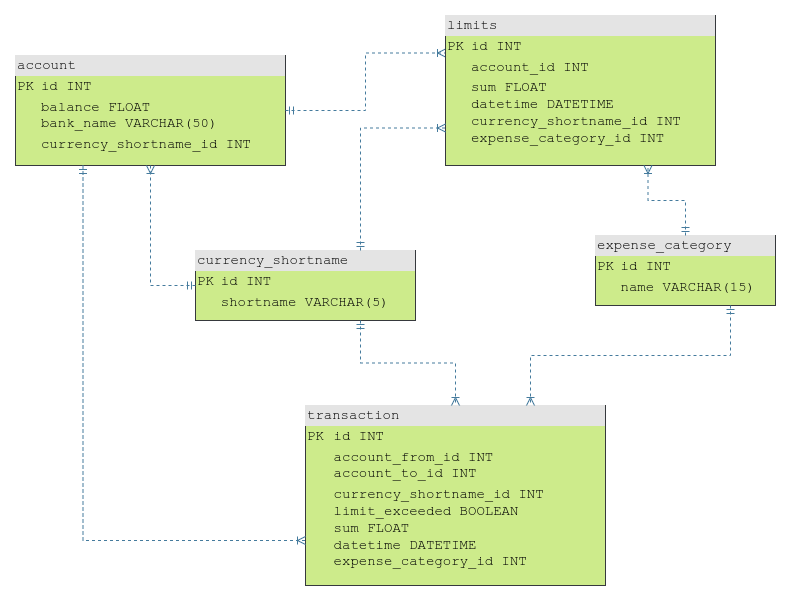
Earlier version of the draw.io export transaction-service_db_scheme.png (Primisen/transaction-service). Source tidied: cells renumbered, new cells last; positions are measured from the earlier drawing's top-left corner, leaving out a move shared by most shapes. The source it was exported from:
```xml
<mxGraphModel>
  <root>
    <mxCell id="0" />
    <mxCell id="1" parent="0" />
    <mxCell id="2" value="&lt;div style=&quot;box-sizing: border-box; width: 100%; background: rgb(228, 228, 228); padding: 2px; font-size: 14px;&quot;&gt;account&lt;/div&gt;&lt;table style=&quot;width: 100%; font-size: 14px;&quot; cellpadding=&quot;2&quot; cellspacing=&quot;0&quot;&gt;&lt;tbody style=&quot;font-size: 14px;&quot;&gt;&lt;tr style=&quot;font-size: 14px;&quot;&gt;&lt;td style=&quot;font-size: 14px;&quot;&gt;PK&lt;/td&gt;&lt;td style=&quot;font-size: 14px;&quot;&gt;id INT&lt;/td&gt;&lt;/tr&gt;&lt;tr style=&quot;font-size: 14px;&quot;&gt;&lt;td style=&quot;font-size: 14px;&quot;&gt;&lt;br style=&quot;font-size: 14px;&quot;&gt;&lt;/td&gt;&lt;td style=&quot;font-size: 14px;&quot;&gt;balance FLOAT&lt;br&gt;bank_name VARCHAR(50)&lt;/td&gt;&lt;/tr&gt;&lt;tr style=&quot;font-size: 14px;&quot;&gt;&lt;td style=&quot;font-size: 14px;&quot;&gt;&lt;/td&gt;&lt;td style=&quot;font-size: 14px;&quot;&gt;currency_shortname_id INT&lt;/td&gt;&lt;/tr&gt;&lt;/tbody&gt;&lt;/table&gt;" style="verticalAlign=top;align=left;overflow=fill;html=1;rounded=0;shadow=0;comic=0;labelBackgroundColor=none;strokeWidth=1;fontFamily=Courier New;fontSize=14;labelBorderColor=none;fillColor=#cdeb8b;strokeColor=#36393d;" parent="1" vertex="1">
      <mxGeometry y="40" width="270" height="110" as="geometry" />
    </mxCell>
    <mxCell id="3" value="&lt;div style=&quot;box-sizing: border-box; width: 100%; background: rgb(228, 228, 228); padding: 2px; font-size: 14px;&quot;&gt;currency_shortname&lt;/div&gt;&lt;table style=&quot;width: 100%; font-size: 14px;&quot; cellpadding=&quot;2&quot; cellspacing=&quot;0&quot;&gt;&lt;tbody style=&quot;font-size: 14px;&quot;&gt;&lt;tr style=&quot;font-size: 14px;&quot;&gt;&lt;td style=&quot;font-size: 14px;&quot;&gt;PK&lt;/td&gt;&lt;td style=&quot;font-size: 14px;&quot;&gt;id INT&lt;/td&gt;&lt;/tr&gt;&lt;tr style=&quot;font-size: 14px;&quot;&gt;&lt;td style=&quot;font-size: 14px;&quot;&gt;&lt;br style=&quot;font-size: 14px;&quot;&gt;&lt;/td&gt;&lt;td style=&quot;font-size: 14px;&quot;&gt;shortname VARCHAR(5)&lt;/td&gt;&lt;/tr&gt;&lt;tr style=&quot;font-size: 14px;&quot;&gt;&lt;td style=&quot;font-size: 14px;&quot;&gt;&lt;/td&gt;&lt;td style=&quot;font-size: 14px;&quot;&gt;&lt;br style=&quot;font-size: 14px;&quot;&gt;&lt;/td&gt;&lt;/tr&gt;&lt;tr style=&quot;font-size: 14px;&quot;&gt;&lt;td style=&quot;font-size: 14px;&quot;&gt;&lt;br style=&quot;font-size: 14px;&quot;&gt;&lt;/td&gt;&lt;td style=&quot;font-size: 14px;&quot;&gt;&lt;br style=&quot;font-size: 14px;&quot;&gt;&lt;/td&gt;&lt;/tr&gt;&lt;tr style=&quot;font-size: 14px;&quot;&gt;&lt;td style=&quot;font-size: 14px;&quot;&gt;&lt;br style=&quot;font-size: 14px;&quot;&gt;&lt;/td&gt;&lt;td style=&quot;font-size: 14px;&quot;&gt;&lt;br style=&quot;font-size: 14px;&quot;&gt;&lt;/td&gt;&lt;/tr&gt;&lt;tr style=&quot;font-size: 14px;&quot;&gt;&lt;td style=&quot;font-size: 14px;&quot;&gt;&lt;br style=&quot;font-size: 14px;&quot;&gt;&lt;/td&gt;&lt;td style=&quot;font-size: 14px;&quot;&gt;&lt;br style=&quot;font-size: 14px;&quot;&gt;&lt;/td&gt;&lt;/tr&gt;&lt;tr style=&quot;font-size: 14px;&quot;&gt;&lt;td style=&quot;font-size: 14px;&quot;&gt;&lt;br style=&quot;font-size: 14px;&quot;&gt;&lt;/td&gt;&lt;td style=&quot;font-size: 14px;&quot;&gt;&lt;br style=&quot;font-size: 14px;&quot;&gt;&lt;/td&gt;&lt;/tr&gt;&lt;tr style=&quot;font-size: 14px;&quot;&gt;&lt;td style=&quot;font-size: 14px;&quot;&gt;&lt;br style=&quot;font-size: 14px;&quot;&gt;&lt;/td&gt;&lt;td style=&quot;font-size: 14px;&quot;&gt;&lt;br style=&quot;font-size: 14px;&quot;&gt;&lt;/td&gt;&lt;/tr&gt;&lt;tr style=&quot;font-size: 14px;&quot;&gt;&lt;td style=&quot;font-size: 14px;&quot;&gt;&lt;br style=&quot;font-size: 14px;&quot;&gt;&lt;/td&gt;&lt;td style=&quot;font-size: 14px;&quot;&gt;&lt;br style=&quot;font-size: 14px;&quot;&gt;&lt;/td&gt;&lt;/tr&gt;&lt;tr style=&quot;font-size: 14px;&quot;&gt;&lt;td style=&quot;font-size: 14px;&quot;&gt;&lt;br style=&quot;font-size: 14px;&quot;&gt;&lt;/td&gt;&lt;td style=&quot;font-size: 14px;&quot;&gt;&lt;br style=&quot;font-size: 14px;&quot;&gt;&lt;/td&gt;&lt;/tr&gt;&lt;/tbody&gt;&lt;/table&gt;" style="verticalAlign=top;align=left;overflow=fill;html=1;rounded=0;shadow=0;comic=0;labelBackgroundColor=none;strokeWidth=1;fontFamily=Courier New;fontSize=14;fillColor=#cdeb8b;strokeColor=#36393d;" parent="1" vertex="1">
      <mxGeometry x="180" y="235" width="220" height="70" as="geometry" />
    </mxCell>
    <mxCell id="4" value="&lt;div style=&quot;box-sizing: border-box; width: 100%; background: rgb(228, 228, 228); padding: 2px; font-size: 14px;&quot;&gt;transaction&lt;/div&gt;&lt;table style=&quot;width: 100%; font-size: 14px;&quot; cellpadding=&quot;2&quot; cellspacing=&quot;0&quot;&gt;&lt;tbody style=&quot;font-size: 14px;&quot;&gt;&lt;tr style=&quot;font-size: 14px;&quot;&gt;&lt;td style=&quot;font-size: 14px;&quot;&gt;PK&lt;/td&gt;&lt;td style=&quot;font-size: 14px;&quot;&gt;id INT&lt;br&gt;&lt;/td&gt;&lt;/tr&gt;&lt;tr style=&quot;font-size: 14px;&quot;&gt;&lt;td style=&quot;font-size: 14px;&quot;&gt;&lt;br style=&quot;font-size: 14px;&quot;&gt;&lt;/td&gt;&lt;td style=&quot;font-size: 14px;&quot;&gt;account_from_id INT&lt;br&gt;account_to_id INT&lt;/td&gt;&lt;/tr&gt;&lt;tr style=&quot;font-size: 14px;&quot;&gt;&lt;td style=&quot;font-size: 14px;&quot;&gt;&lt;/td&gt;&lt;td style=&quot;font-size: 14px;&quot;&gt;currency_shortname_id INT&lt;br&gt;limit_exceeded BOOLEAN&lt;br&gt;sum FLOAT&lt;br&gt;datetime DATETIME&lt;br&gt;expense_category_id INT&lt;br&gt;&lt;br&gt;&lt;/td&gt;&lt;/tr&gt;&lt;/tbody&gt;&lt;/table&gt;" style="verticalAlign=top;align=left;overflow=fill;html=1;rounded=0;shadow=0;comic=0;labelBackgroundColor=none;strokeWidth=1;fontFamily=Courier New;fontSize=14;fillColor=#cdeb8b;strokeColor=#36393d;" parent="1" vertex="1">
      <mxGeometry x="290" y="390" width="300" height="180" as="geometry" />
    </mxCell>
    <mxCell id="5" style="edgeStyle=orthogonalEdgeStyle;html=1;dashed=1;labelBackgroundColor=none;startArrow=ERmandOne;endArrow=ERoneToMany;fontFamily=Courier New;fontSize=14;align=left;exitX=1;exitY=0.5;exitDx=0;exitDy=0;entryX=0;entryY=0.25;entryDx=0;entryDy=0;fontColor=default;rounded=0;strokeColor=#457B9D;" parent="1" edge="1" source="2" target="7">
      <mxGeometry relative="1" as="geometry" />
    </mxCell>
    <mxCell id="6" value="&lt;div style=&quot;box-sizing: border-box; width: 100%; background: rgb(228, 228, 228); padding: 2px; font-size: 14px;&quot;&gt;expense_category&lt;/div&gt;&lt;table style=&quot;width: 100%; font-size: 14px;&quot; cellpadding=&quot;2&quot; cellspacing=&quot;0&quot;&gt;&lt;tbody style=&quot;font-size: 14px;&quot;&gt;&lt;tr style=&quot;font-size: 14px;&quot;&gt;&lt;td style=&quot;font-size: 14px;&quot;&gt;PK&lt;/td&gt;&lt;td style=&quot;font-size: 14px;&quot;&gt;id INT&lt;/td&gt;&lt;/tr&gt;&lt;tr style=&quot;font-size: 14px;&quot;&gt;&lt;td style=&quot;font-size: 14px;&quot;&gt;&lt;br style=&quot;font-size: 14px;&quot;&gt;&lt;/td&gt;&lt;td style=&quot;font-size: 14px;&quot;&gt;name VARCHAR(15)&lt;/td&gt;&lt;/tr&gt;&lt;tr style=&quot;font-size: 14px;&quot;&gt;&lt;td style=&quot;font-size: 14px;&quot;&gt;&amp;nbsp;&lt;/td&gt;&lt;td style=&quot;font-size: 14px;&quot;&gt;&lt;br&gt;&lt;/td&gt;&lt;/tr&gt;&lt;/tbody&gt;&lt;/table&gt;" style="verticalAlign=top;align=left;overflow=fill;html=1;rounded=0;shadow=0;comic=0;labelBackgroundColor=none;strokeWidth=1;fontFamily=Courier New;fontSize=14;fillColor=#cdeb8b;strokeColor=#36393d;" parent="1" vertex="1">
      <mxGeometry x="580" y="220" width="180" height="70" as="geometry" />
    </mxCell>
    <mxCell id="7" value="&lt;div style=&quot;box-sizing: border-box; width: 100%; background: rgb(228, 228, 228); padding: 2px; font-size: 14px;&quot;&gt;limits&lt;/div&gt;&lt;table style=&quot;width: 100%; font-size: 14px;&quot; cellpadding=&quot;2&quot; cellspacing=&quot;0&quot;&gt;&lt;tbody style=&quot;font-size: 14px;&quot;&gt;&lt;tr style=&quot;font-size: 14px;&quot;&gt;&lt;td style=&quot;font-size: 14px;&quot;&gt;PK&lt;/td&gt;&lt;td style=&quot;font-size: 14px;&quot;&gt;id INT&lt;/td&gt;&lt;/tr&gt;&lt;tr style=&quot;font-size: 14px;&quot;&gt;&lt;td style=&quot;font-size: 14px;&quot;&gt;&lt;br style=&quot;font-size: 14px;&quot;&gt;&lt;/td&gt;&lt;td style=&quot;font-size: 14px;&quot;&gt;account_id INT&lt;/td&gt;&lt;/tr&gt;&lt;tr style=&quot;font-size: 14px;&quot;&gt;&lt;td style=&quot;font-size: 14px;&quot;&gt;&lt;/td&gt;&lt;td style=&quot;font-size: 14px;&quot;&gt;sum FLOAT&lt;br&gt;datetime DATETIME&lt;br&gt;currency_shortname_id INT&lt;br&gt;expense_category_id INT&lt;/td&gt;&lt;/tr&gt;&lt;/tbody&gt;&lt;/table&gt;" style="verticalAlign=top;align=left;overflow=fill;html=1;rounded=0;shadow=0;comic=0;labelBackgroundColor=none;strokeWidth=1;fontFamily=Courier New;fontSize=14;fillColor=#cdeb8b;strokeColor=#36393d;gradientColor=none;glass=0;" parent="1" vertex="1">
      <mxGeometry x="430" width="270" height="150" as="geometry" />
    </mxCell>
    <mxCell id="8" style="edgeStyle=orthogonalEdgeStyle;html=1;dashed=1;labelBackgroundColor=none;startArrow=ERmandOne;endArrow=ERoneToMany;fontFamily=Courier New;fontSize=14;align=left;fontColor=default;rounded=0;strokeColor=#457B9D;exitX=0.25;exitY=1;exitDx=0;exitDy=0;entryX=0;entryY=0.75;entryDx=0;entryDy=0;" parent="1" edge="1" source="2" target="4">
      <mxGeometry relative="1" as="geometry" />
    </mxCell>
    <mxCell id="9" style="edgeStyle=orthogonalEdgeStyle;html=1;dashed=1;labelBackgroundColor=none;startArrow=ERmandOne;endArrow=ERoneToMany;fontFamily=Courier New;fontSize=14;align=left;exitX=0.75;exitY=0;exitDx=0;exitDy=0;entryX=0;entryY=0.75;entryDx=0;entryDy=0;fontColor=default;rounded=0;strokeColor=#457B9D;" parent="1" edge="1" source="3" target="7">
      <mxGeometry relative="1" as="geometry" />
    </mxCell>
    <mxCell id="10" style="edgeStyle=orthogonalEdgeStyle;html=1;dashed=1;labelBackgroundColor=none;startArrow=ERmandOne;endArrow=ERoneToMany;fontFamily=Courier New;fontSize=14;align=left;exitX=0.75;exitY=1;exitDx=0;exitDy=0;fontColor=default;rounded=0;strokeColor=#457B9D;" parent="1" edge="1" source="3" target="4">
      <mxGeometry relative="1" as="geometry" />
    </mxCell>
    <mxCell id="11" style="edgeStyle=orthogonalEdgeStyle;html=1;dashed=1;labelBackgroundColor=none;startArrow=ERmandOne;endArrow=ERoneToMany;fontFamily=Courier New;fontSize=14;align=left;exitX=0.75;exitY=1;exitDx=0;exitDy=0;fontColor=default;rounded=0;strokeColor=#457B9D;entryX=0.75;entryY=0;entryDx=0;entryDy=0;" parent="1" edge="1" source="6" target="4">
      <mxGeometry relative="1" as="geometry" />
    </mxCell>
    <mxCell id="12" style="edgeStyle=orthogonalEdgeStyle;html=1;dashed=1;labelBackgroundColor=none;startArrow=ERmandOne;endArrow=ERoneToMany;fontFamily=Courier New;fontSize=14;align=left;exitX=0.5;exitY=0;exitDx=0;exitDy=0;entryX=0.75;entryY=1;entryDx=0;entryDy=0;fontColor=default;rounded=0;strokeColor=#457B9D;" parent="1" edge="1" source="6" target="7">
      <mxGeometry relative="1" as="geometry" />
    </mxCell>
    <mxCell id="13" style="edgeStyle=orthogonalEdgeStyle;html=1;dashed=1;labelBackgroundColor=none;startArrow=ERmandOne;endArrow=ERoneToMany;fontFamily=Courier New;fontSize=14;align=left;fontColor=default;rounded=0;strokeColor=#457B9D;exitX=0;exitY=0.5;exitDx=0;exitDy=0;" parent="1" edge="1" source="3" target="2">
      <mxGeometry relative="1" as="geometry" />
    </mxCell>
  </root>
</mxGraphModel>
```
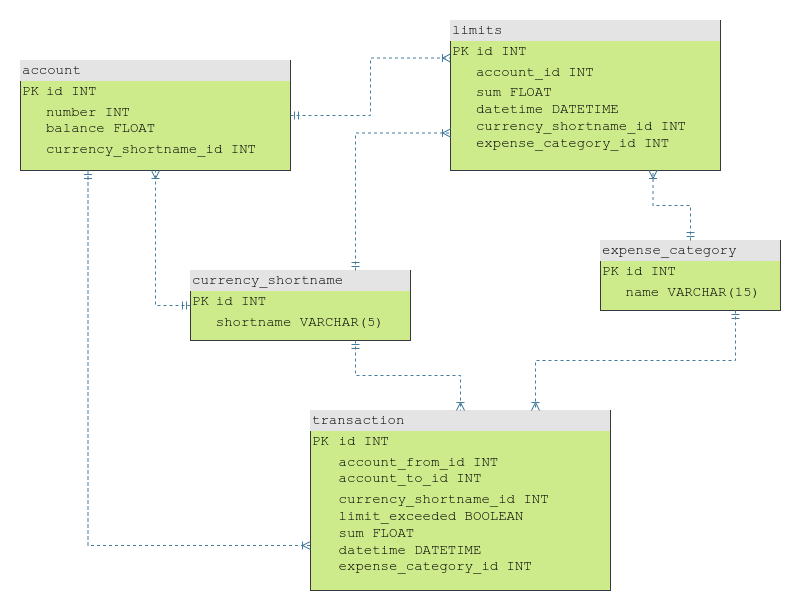
Later version of the same file.

Change to the diagram source:
```diff
@@ -2,11 +2,11 @@
   <root>
     <mxCell id="0" />
     <mxCell id="1" parent="0" />
-    <mxCell id="2" value="&lt;div style=&quot;box-sizing: border-box; width: 100%; background: rgb(228, 228, 228); padding: 2px; font-size: 14px;&quot;&gt;account&lt;/div&gt;&lt;table style=&quot;width: 100%; font-size: 14px;&quot; cellpadding=&quot;2&quot; cellspacing=&quot;0&quot;&gt;&lt;tbody style=&quot;font-size: 14px;&quot;&gt;&lt;tr style=&quot;font-size: 14px;&quot;&gt;&lt;td style=&quot;font-size: 14px;&quot;&gt;PK&lt;/td&gt;&lt;td style=&quot;font-size: 14px;&quot;&gt;id INT&lt;/td&gt;&lt;/tr&gt;&lt;tr style=&quot;font-size: 14px;&quot;&gt;&lt;td style=&quot;font-size: 14px;&quot;&gt;&lt;br style=&quot;font-size: 14px;&quot;&gt;&lt;/td&gt;&lt;td style=&quot;font-size: 14px;&quot;&gt;balance FLOAT&lt;br&gt;bank_name VARCHAR(50)&lt;/td&gt;&lt;/tr&gt;&lt;tr style=&quot;font-size: 14px;&quot;&gt;&lt;td style=&quot;font-size: 14px;&quot;&gt;&lt;/td&gt;&lt;td style=&quot;font-size: 14px;&quot;&gt;currency_shortname_id INT&lt;/td&gt;&lt;/tr&gt;&lt;/tbody&gt;&lt;/table&gt;" style="verticalAlign=top;align=left;overflow=fill;html=1;rounded=0;shadow=0;comic=0;labelBackgroundColor=none;strokeWidth=1;fontFamily=Courier New;fontSize=14;labelBorderColor=none;fillColor=#cdeb8b;strokeColor=#36393d;" parent="1" vertex="1">
+    <mxCell id="2" value="&lt;div style=&quot;box-sizing: border-box; width: 100%; background: rgb(228, 228, 228); padding: 2px; font-size: 14px;&quot;&gt;account&lt;/div&gt;&lt;table style=&quot;width: 100%; font-size: 14px;&quot; cellpadding=&quot;2&quot; cellspacing=&quot;0&quot;&gt;&lt;tbody style=&quot;font-size: 14px;&quot;&gt;&lt;tr style=&quot;font-size: 14px;&quot;&gt;&lt;td style=&quot;font-size: 14px;&quot;&gt;PK&lt;/td&gt;&lt;td style=&quot;font-size: 14px;&quot;&gt;id INT&lt;/td&gt;&lt;/tr&gt;&lt;tr style=&quot;font-size: 14px;&quot;&gt;&lt;td style=&quot;font-size: 14px;&quot;&gt;&lt;br style=&quot;font-size: 14px;&quot;&gt;&lt;/td&gt;&lt;td style=&quot;font-size: 14px;&quot;&gt;number INT&lt;br&gt;balance FLOAT&lt;br&gt;&lt;/td&gt;&lt;/tr&gt;&lt;tr style=&quot;font-size: 14px;&quot;&gt;&lt;td style=&quot;font-size: 14px;&quot;&gt;&lt;/td&gt;&lt;td style=&quot;font-size: 14px;&quot;&gt;currency_shortname_id INT&lt;/td&gt;&lt;/tr&gt;&lt;/tbody&gt;&lt;/table&gt;" style="verticalAlign=top;align=left;overflow=fill;html=1;rounded=0;shadow=0;comic=0;labelBackgroundColor=none;strokeWidth=1;fontFamily=Courier New;fontSize=14;labelBorderColor=none;fillColor=#cdeb8b;strokeColor=#36393d;" parent="1" vertex="1">
       <mxGeometry y="40" width="270" height="110" as="geometry" />
     </mxCell>
     <mxCell id="3" value="&lt;div style=&quot;box-sizing: border-box; width: 100%; background: rgb(228, 228, 228); padding: 2px; font-size: 14px;&quot;&gt;currency_shortname&lt;/div&gt;&lt;table style=&quot;width: 100%; font-size: 14px;&quot; cellpadding=&quot;2&quot; cellspacing=&quot;0&quot;&gt;&lt;tbody style=&quot;font-size: 14px;&quot;&gt;&lt;tr style=&quot;font-size: 14px;&quot;&gt;&lt;td style=&quot;font-size: 14px;&quot;&gt;PK&lt;/td&gt;&lt;td style=&quot;font-size: 14px;&quot;&gt;id INT&lt;/td&gt;&lt;/tr&gt;&lt;tr style=&quot;font-size: 14px;&quot;&gt;&lt;td style=&quot;font-size: 14px;&quot;&gt;&lt;br style=&quot;font-size: 14px;&quot;&gt;&lt;/td&gt;&lt;td style=&quot;font-size: 14px;&quot;&gt;shortname VARCHAR(5)&lt;/td&gt;&lt;/tr&gt;&lt;tr style=&quot;font-size: 14px;&quot;&gt;&lt;td style=&quot;font-size: 14px;&quot;&gt;&lt;/td&gt;&lt;td style=&quot;font-size: 14px;&quot;&gt;&lt;br style=&quot;font-size: 14px;&quot;&gt;&lt;/td&gt;&lt;/tr&gt;&lt;tr style=&quot;font-size: 14px;&quot;&gt;&lt;td style=&quot;font-size: 14px;&quot;&gt;&lt;br style=&quot;font-size: 14px;&quot;&gt;&lt;/td&gt;&lt;td style=&quot;font-size: 14px;&quot;&gt;&lt;br style=&quot;font-size: 14px;&quot;&gt;&lt;/td&gt;&lt;/tr&gt;&lt;tr style=&quot;font-size: 14px;&quot;&gt;&lt;td style=&quot;font-size: 14px;&quot;&gt;&lt;br style=&quot;font-size: 14px;&quot;&gt;&lt;/td&gt;&lt;td style=&quot;font-size: 14px;&quot;&gt;&lt;br style=&quot;font-size: 14px;&quot;&gt;&lt;/td&gt;&lt;/tr&gt;&lt;tr style=&quot;font-size: 14px;&quot;&gt;&lt;td style=&quot;font-size: 14px;&quot;&gt;&lt;br style=&quot;font-size: 14px;&quot;&gt;&lt;/td&gt;&lt;td style=&quot;font-size: 14px;&quot;&gt;&lt;br style=&quot;font-size: 14px;&quot;&gt;&lt;/td&gt;&lt;/tr&gt;&lt;tr style=&quot;font-size: 14px;&quot;&gt;&lt;td style=&quot;font-size: 14px;&quot;&gt;&lt;br style=&quot;font-size: 14px;&quot;&gt;&lt;/td&gt;&lt;td style=&quot;font-size: 14px;&quot;&gt;&lt;br style=&quot;font-size: 14px;&quot;&gt;&lt;/td&gt;&lt;/tr&gt;&lt;tr style=&quot;font-size: 14px;&quot;&gt;&lt;td style=&quot;font-size: 14px;&quot;&gt;&lt;br style=&quot;font-size: 14px;&quot;&gt;&lt;/td&gt;&lt;td style=&quot;font-size: 14px;&quot;&gt;&lt;br style=&quot;font-size: 14px;&quot;&gt;&lt;/td&gt;&lt;/tr&gt;&lt;tr style=&quot;font-size: 14px;&quot;&gt;&lt;td style=&quot;font-size: 14px;&quot;&gt;&lt;br style=&quot;font-size: 14px;&quot;&gt;&lt;/td&gt;&lt;td style=&quot;font-size: 14px;&quot;&gt;&lt;br style=&quot;font-size: 14px;&quot;&gt;&lt;/td&gt;&lt;/tr&gt;&lt;tr style=&quot;font-size: 14px;&quot;&gt;&lt;td style=&quot;font-size: 14px;&quot;&gt;&lt;br style=&quot;font-size: 14px;&quot;&gt;&lt;/td&gt;&lt;td style=&quot;font-size: 14px;&quot;&gt;&lt;br style=&quot;font-size: 14px;&quot;&gt;&lt;/td&gt;&lt;/tr&gt;&lt;/tbody&gt;&lt;/table&gt;" style="verticalAlign=top;align=left;overflow=fill;html=1;rounded=0;shadow=0;comic=0;labelBackgroundColor=none;strokeWidth=1;fontFamily=Courier New;fontSize=14;fillColor=#cdeb8b;strokeColor=#36393d;" parent="1" vertex="1">
-      <mxGeometry x="180" y="235" width="220" height="70" as="geometry" />
+      <mxGeometry x="170" y="250" width="220" height="70" as="geometry" />
     </mxCell>
     <mxCell id="4" value="&lt;div style=&quot;box-sizing: border-box; width: 100%; background: rgb(228, 228, 228); padding: 2px; font-size: 14px;&quot;&gt;transaction&lt;/div&gt;&lt;table style=&quot;width: 100%; font-size: 14px;&quot; cellpadding=&quot;2&quot; cellspacing=&quot;0&quot;&gt;&lt;tbody style=&quot;font-size: 14px;&quot;&gt;&lt;tr style=&quot;font-size: 14px;&quot;&gt;&lt;td style=&quot;font-size: 14px;&quot;&gt;PK&lt;/td&gt;&lt;td style=&quot;font-size: 14px;&quot;&gt;id INT&lt;br&gt;&lt;/td&gt;&lt;/tr&gt;&lt;tr style=&quot;font-size: 14px;&quot;&gt;&lt;td style=&quot;font-size: 14px;&quot;&gt;&lt;br style=&quot;font-size: 14px;&quot;&gt;&lt;/td&gt;&lt;td style=&quot;font-size: 14px;&quot;&gt;account_from_id INT&lt;br&gt;account_to_id INT&lt;/td&gt;&lt;/tr&gt;&lt;tr style=&quot;font-size: 14px;&quot;&gt;&lt;td style=&quot;font-size: 14px;&quot;&gt;&lt;/td&gt;&lt;td style=&quot;font-size: 14px;&quot;&gt;currency_shortname_id INT&lt;br&gt;limit_exceeded BOOLEAN&lt;br&gt;sum FLOAT&lt;br&gt;datetime DATETIME&lt;br&gt;expense_category_id INT&lt;br&gt;&lt;br&gt;&lt;/td&gt;&lt;/tr&gt;&lt;/tbody&gt;&lt;/table&gt;" style="verticalAlign=top;align=left;overflow=fill;html=1;rounded=0;shadow=0;comic=0;labelBackgroundColor=none;strokeWidth=1;fontFamily=Courier New;fontSize=14;fillColor=#cdeb8b;strokeColor=#36393d;" parent="1" vertex="1">
       <mxGeometry x="290" y="390" width="300" height="180" as="geometry" />
```
